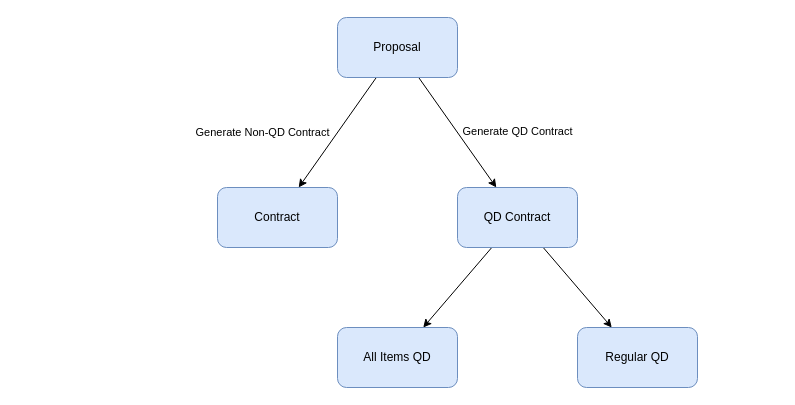
Before: Proposal Create Contract Flow Diagram.drawio in dajin-kingland/UMLdiagrams, a draw.io diagram. Source tidied: cells renumbered, new cells numbered last; positions are measured from the earlier drawing's top-left corner, leaving out a move shared by most shapes. Both pictures are drawn from the tidied source at 100%, with x=0, y=0 at pixel (217, 17).
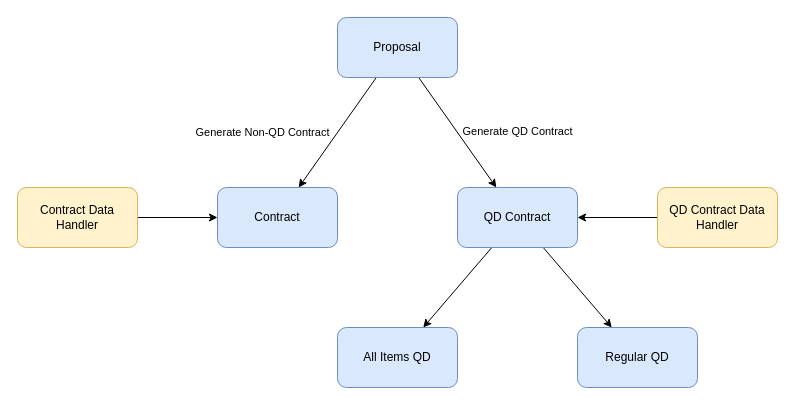
After the change.

Diff of the diagram source:
```diff
@@
 <mxGraphModel>
   <root>
     <mxCell id="0" />
     <mxCell id="1" parent="0" />
     <mxCell id="2" style="jettySize=auto;html=1;rounded=0;" parent="1" edge="1" source="6" target="7">
       <mxGeometry relative="1" as="geometry" />
     </mxCell>
     <mxCell id="3" value="Generate Non-QD Contract" style="edgeLabel;html=1;align=center;verticalAlign=middle;" parent="2" vertex="1">
       <mxGeometry x="-0.22" y="-2" relative="1" as="geometry">
         <mxPoint x="-82" y="12" as="offset" />
       </mxGeometry>
     </mxCell>
     <mxCell id="4" style="edgeStyle=none;rounded=0;jettySize=auto;html=1;strokeColor=#000000;" parent="1" edge="1" source="6" target="10">
       <mxGeometry relative="1" as="geometry" />
     </mxCell>
     <mxCell id="5" value="Generate QD Contract" style="edgeLabel;html=1;align=center;verticalAlign=middle;" parent="4" vertex="1">
       <mxGeometry x="-0.18" y="1" relative="1" as="geometry">
         <mxPoint x="66" y="9" as="offset" />
       </mxGeometry>
     </mxCell>
     <mxCell id="6" value="Proposal" style="rounded=1;whiteSpace=wrap;html=1;fillColor=#dae8fc;strokeColor=#6c8ebf;" parent="1" vertex="1">
       <mxGeometry x="120" width="120" height="60" as="geometry" />
     </mxCell>
     <mxCell id="7" value="Contract" style="whiteSpace=wrap;html=1;rounded=1;strokeColor=#6c8ebf;fillColor=#dae8fc;" parent="1" vertex="1">
       <mxGeometry y="170" width="120" height="60" as="geometry" />
     </mxCell>
     <mxCell id="8" style="edgeStyle=none;rounded=0;jettySize=auto;html=1;strokeColor=#000000;" parent="1" edge="1" source="10" target="11">
       <mxGeometry relative="1" as="geometry" />
     </mxCell>
     <mxCell id="9" style="edgeStyle=none;rounded=0;jettySize=auto;html=1;strokeColor=#000000;" parent="1" edge="1" source="10" target="12">
       <mxGeometry relative="1" as="geometry" />
     </mxCell>
     <mxCell id="10" value="QD Contract" style="whiteSpace=wrap;html=1;rounded=1;strokeColor=#6c8ebf;fillColor=#dae8fc;" parent="1" vertex="1">
       <mxGeometry x="240" y="170" width="120" height="60" as="geometry" />
     </mxCell>
     <mxCell id="11" value="All Items QD" style="whiteSpace=wrap;html=1;rounded=1;strokeColor=#6c8ebf;fillColor=#dae8fc;" parent="1" vertex="1">
       <mxGeometry x="120" y="310" width="120" height="60" as="geometry" />
     </mxCell>
     <mxCell id="12" value="Regular QD" style="whiteSpace=wrap;html=1;rounded=1;strokeColor=#6c8ebf;fillColor=#dae8fc;" parent="1" vertex="1">
       <mxGeometry x="360" y="310" width="120" height="60" as="geometry" />
     </mxCell>
+    <mxCell id="13" style="rounded=0;jettySize=auto;html=1;entryX=0;entryY=0.5;entryDx=0;entryDy=0;" parent="1" edge="1" source="14" target="7">
+      <mxGeometry relative="1" as="geometry" />
+    </mxCell>
+    <mxCell id="14" value="Contract Data Handler" style="rounded=1;whiteSpace=wrap;html=1;fillColor=#fff2cc;strokeColor=#d6b656;" parent="1" vertex="1">
+      <mxGeometry x="-200" y="170" width="120" height="60" as="geometry" />
+    </mxCell>
+    <mxCell id="15" style="edgeStyle=none;rounded=0;jettySize=auto;html=1;entryX=1;entryY=0.5;entryDx=0;entryDy=0;" parent="1" edge="1" source="16" target="10">
+      <mxGeometry relative="1" as="geometry" />
+    </mxCell>
+    <mxCell id="16" value="QD Contract Data Handler" style="rounded=1;whiteSpace=wrap;html=1;fillColor=#fff2cc;strokeColor=#d6b656;" parent="1" vertex="1">
+      <mxGeometry x="440" y="170" width="120" height="60" as="geometry" />
+    </mxCell>
   </root>
 </mxGraphModel>
```
